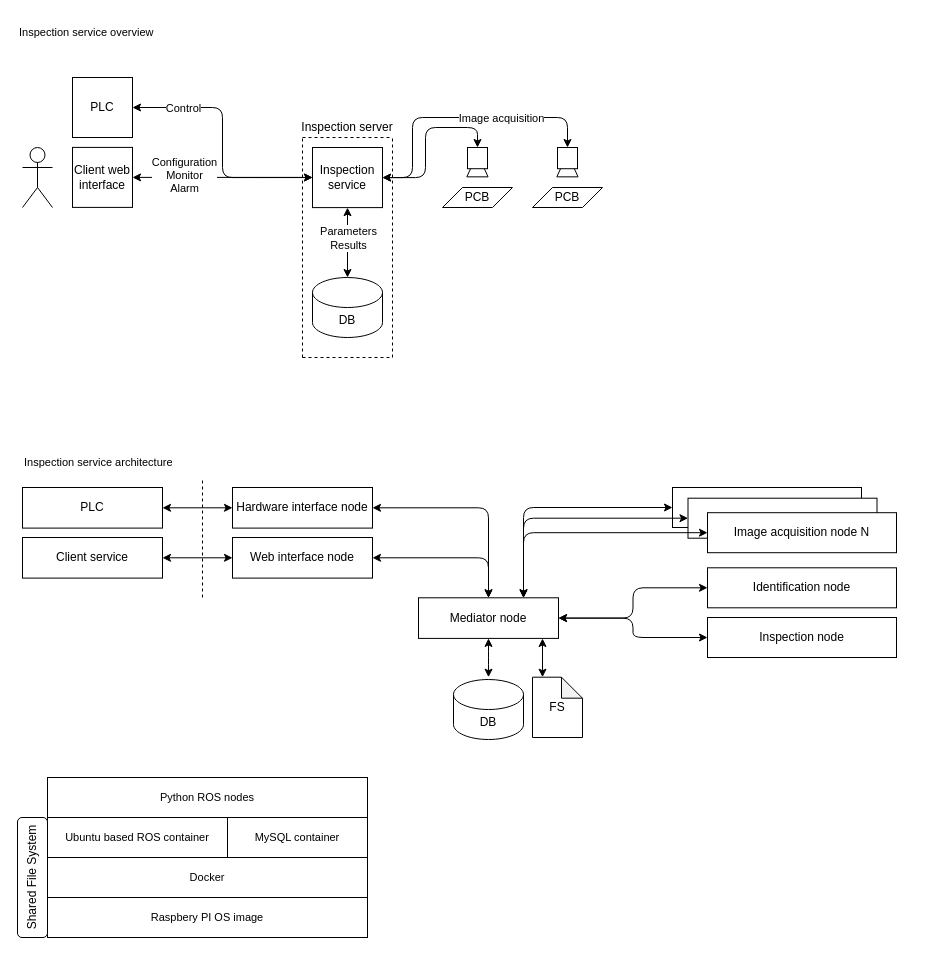
Earlier version of the draw.io diagram page "System architecture overview" (1 of 3) of design.drawio (ChrnyaevEK/open-aoi). Source tidied: cells renumbered, new cells numbered last; positions are measured from the earlier drawing's top-left corner, leaving out a move shared by most shapes. Both pictures are drawn from the tidied source at 100%, with x=0, y=0 at pixel (17, 17).
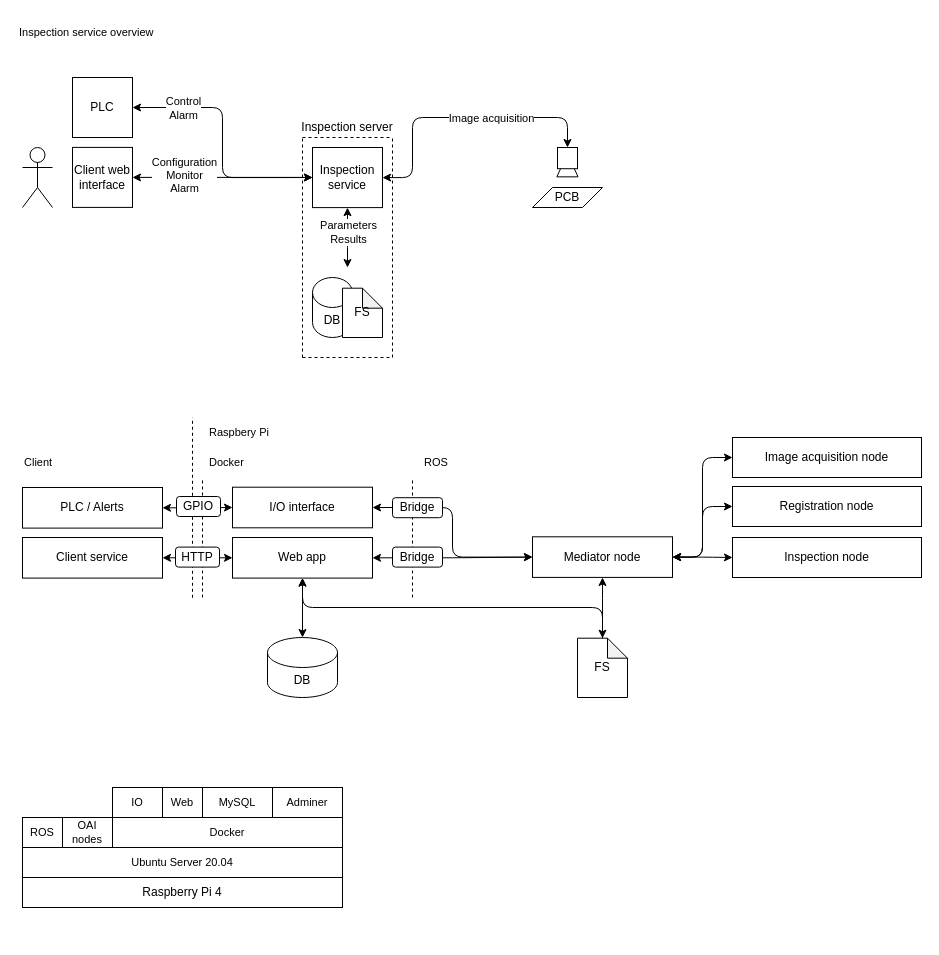
Above is the later version.

The change refers to these unchanged cells:
```xml
<mxCell id="7" style="edgeStyle=orthogonalEdgeStyle;jumpStyle=none;html=1;entryX=0.5;entryY=0;entryDx=0;entryDy=0;startArrow=classic;startFill=1;fillColor=default;" parent="1" edge="1" source="11" target="21">
  <mxGeometry relative="1" as="geometry">
    <Array as="points">
      <mxPoint x="395" y="160" />
      <mxPoint x="395" y="100" />
      <mxPoint x="550" y="100" />
    </Array>
  </mxGeometry>
</mxCell>
<mxCell id="11" value="Inspection service" style="rounded=0;whiteSpace=wrap;html=1;fillColor=default;" parent="1" vertex="1">
  <mxGeometry x="295" y="130" width="70" height="60.1" as="geometry" />
</mxCell>
<mxCell id="50" style="edgeStyle=orthogonalEdgeStyle;jumpStyle=none;html=1;entryX=0;entryY=0.5;entryDx=0;entryDy=0;fontSize=11;startArrow=classic;startFill=1;fillColor=default;" parent="1" edge="1" source="52" target="11">
  <mxGeometry relative="1" as="geometry" />
</mxCell>
```

The edit, as a diff of the source:
```diff
@@
+    <mxCell id="63" style="endArrow=none;dashed=1;html=1;fontSize=11;fillColor=default;jumpStyle=none;" parent="1" edge="1">
+      <mxGeometry relative="1" as="geometry">
+        <mxPoint x="175" y="580.3" as="sourcePoint" />
+        <mxPoint x="175" y="400" as="targetPoint" />
+      </mxGeometry>
+    </mxCell>
@@
-    <mxCell id="6" style="edgeStyle=orthogonalEdgeStyle;jumpStyle=none;html=1;entryX=0.5;entryY=0;entryDx=0;entryDy=0;startArrow=classic;startFill=1;fillColor=default;" parent="1" edge="1" source="11" target="16">
-      <mxGeometry relative="1" as="geometry">
-        <Array as="points">
-          <mxPoint x="408" y="160" />
-          <mxPoint x="408" y="110" />
-          <mxPoint x="460" y="110" />
-        </Array>
-      </mxGeometry>
-    </mxCell>
@@
     <mxCell id="8" value="Image acquisition" style="edgeLabel;html=1;align=center;verticalAlign=middle;fontSize=11;" parent="7" vertex="1">
       <mxGeometry x="-0.03" y="1" relative="1" as="geometry">
-        <mxPoint x="46" y="1" as="offset" />
+        <mxPoint x="36" y="1" as="offset" />
       </mxGeometry>
     </mxCell>
-    <mxCell id="9" style="edgeStyle=orthogonalEdgeStyle;jumpStyle=none;html=1;startArrow=classic;startFill=1;fillColor=default;" parent="1" edge="1" source="11" target="12">
-      <mxGeometry relative="1" as="geometry" />
+    <mxCell id="9" style="edgeStyle=orthogonalEdgeStyle;jumpStyle=none;html=1;startArrow=classic;startFill=1;fillColor=default;" parent="1" edge="1" source="11">
+      <mxGeometry relative="1" as="geometry">
+        <mxPoint x="330" y="250" as="targetPoint" />
+      </mxGeometry>
     </mxCell>
@@
     <mxCell id="12" value="DB" style="shape=cylinder3;whiteSpace=wrap;html=1;boundedLbl=1;backgroundOutline=1;size=15;" parent="1" vertex="1">
-      <mxGeometry x="295" y="260" width="70" height="60" as="geometry" />
+      <mxGeometry x="295" y="260" width="40" height="60" as="geometry" />
     </mxCell>
-    <mxCell id="13" style="group;" parent="1" vertex="1">
-      <mxGeometry x="425" y="130" width="70" height="60" as="geometry" />
-    </mxCell>
-    <mxCell id="14" style="group;" parent="13" vertex="1">
-      <mxGeometry x="25" width="20" height="30" as="geometry" />
-    </mxCell>
-    <mxCell id="15" style="triangle;whiteSpace=wrap;html=1;rotation=-90;" parent="14" vertex="1">
-      <mxGeometry x="-1.7" y="7.1" width="23.3" height="21.2" as="geometry" />
-    </mxCell>
-    <mxCell id="16" style="rounded=0;whiteSpace=wrap;html=1;" parent="14" vertex="1">
-      <mxGeometry width="20" height="21.2" as="geometry" />
-    </mxCell>
-    <mxCell id="17" value="PCB" style="shape=parallelogram;perimeter=parallelogramPerimeter;whiteSpace=wrap;html=1;fixedSize=1;" parent="13" vertex="1">
-      <mxGeometry y="40" width="70" height="20" as="geometry" />
-    </mxCell>
@@
-    <mxCell id="29" style="edgeStyle=orthogonalEdgeStyle;jumpStyle=none;html=1;fontSize=11;startArrow=classic;startFill=1;fillColor=default;" parent="1" edge="1" source="30">
-      <mxGeometry relative="1" as="geometry">
-        <mxPoint x="471" y="659.7" as="targetPoint" />
-      </mxGeometry>
-    </mxCell>
     <mxCell id="30" value="Mediator node" style="rounded=0;whiteSpace=wrap;html=1;fillColor=default;" parent="1" vertex="1">
-      <mxGeometry x="401" y="580.3" width="140" height="40.6" as="geometry" />
+      <mxGeometry x="515" y="519.3" width="140" height="40.6" as="geometry" />
     </mxCell>
     <mxCell id="31" value="Inspection node" style="rounded=0;whiteSpace=wrap;html=1;fillColor=default;" parent="1" vertex="1">
-      <mxGeometry x="690" y="600" width="189" height="40" as="geometry" />
+      <mxGeometry x="715" y="520" width="189" height="40" as="geometry" />
     </mxCell>
@@
+    <mxCell id="64" style="edgeStyle=orthogonalEdgeStyle;html=1;startArrow=classic;startFill=1;" parent="1" edge="1" source="36" target="37">
+      <mxGeometry relative="1" as="geometry" />
+    </mxCell>
-    <mxCell id="36" value="Web interface node" style="rounded=0;whiteSpace=wrap;html=1;fillColor=default;" parent="1" vertex="1">
+    <mxCell id="36" value="Web app" style="rounded=0;whiteSpace=wrap;html=1;fillColor=default;" parent="1" vertex="1">
       <mxGeometry x="215" y="520" width="140" height="40.6" as="geometry" />
     </mxCell>
-    <mxCell id="37" value="DB" style="shape=cylinder3;whiteSpace=wrap;html=1;boundedLbl=1;backgroundOutline=1;size=15;" parent="1" vertex="1">
-      <mxGeometry x="436" y="662" width="70" height="60" as="geometry" />
-    </mxCell>
-    <mxCell id="38" style="edgeStyle=orthogonalEdgeStyle;jumpStyle=none;html=1;fontSize=11;startArrow=classic;startFill=1;fillColor=default;" parent="1" edge="1" source="39" target="30">
+    <mxCell id="38" style="edgeStyle=orthogonalEdgeStyle;html=1;entryX=0;entryY=0.5;entryDx=0;entryDy=0;fontSize=8;startArrow=classic;startFill=1;" parent="1" edge="1" source="39" target="30">
       <mxGeometry relative="1" as="geometry" />
     </mxCell>
-    <mxCell id="39" value="Hardware interface node" style="rounded=0;whiteSpace=wrap;html=1;fillColor=default;" parent="1" vertex="1">
-      <mxGeometry x="215" y="470" width="140" height="40.6" as="geometry" />
+    <mxCell id="39" value="I/O interface" style="rounded=0;whiteSpace=wrap;html=1;fillColor=default;" parent="1" vertex="1">
+      <mxGeometry x="215" y="469.7" width="140" height="40.6" as="geometry" />
     </mxCell>
@@
-    <mxCell id="41" value="PLC" style="rounded=0;whiteSpace=wrap;html=1;fillColor=default;" parent="1" vertex="1">
+    <mxCell id="41" value="PLC / Alerts" style="rounded=0;whiteSpace=wrap;html=1;fillColor=default;" parent="1" vertex="1">
       <mxGeometry x="5" y="470" width="140" height="40.6" as="geometry" />
     </mxCell>
-    <mxCell id="42" style="edgeStyle=orthogonalEdgeStyle;jumpStyle=none;html=1;entryX=0.75;entryY=0;entryDx=0;entryDy=0;fontSize=11;startArrow=classic;startFill=1;fillColor=default;" parent="1" edge="1" source="43" target="30">
-      <mxGeometry relative="1" as="geometry" />
-    </mxCell>
-    <mxCell id="43" style="rounded=0;whiteSpace=wrap;html=1;fillColor=default;" parent="1" vertex="1">
-      <mxGeometry x="655" y="470" width="189" height="40" as="geometry" />
-    </mxCell>
-    <mxCell id="44" style="edgeStyle=orthogonalEdgeStyle;jumpStyle=none;html=1;entryX=0.75;entryY=0;entryDx=0;entryDy=0;fontSize=11;startArrow=classic;startFill=1;fillColor=default;" parent="1" edge="1" source="45" target="30">
-      <mxGeometry relative="1" as="geometry" />
-    </mxCell>
-    <mxCell id="45" style="rounded=0;whiteSpace=wrap;html=1;fillColor=default;" parent="1" vertex="1">
-      <mxGeometry x="670.5" y="480.7" width="189" height="40" as="geometry" />
-    </mxCell>
-    <mxCell id="46" style="edgeStyle=orthogonalEdgeStyle;jumpStyle=none;html=1;entryX=0.75;entryY=0;entryDx=0;entryDy=0;fontSize=11;startArrow=classic;startFill=1;fillColor=default;" parent="1" edge="1" source="47" target="30">
+    <mxCell id="46" style="edgeStyle=orthogonalEdgeStyle;jumpStyle=none;html=1;entryX=1;entryY=0.5;entryDx=0;entryDy=0;fontSize=11;startArrow=classic;startFill=1;fillColor=default;" parent="1" edge="1" source="47" target="30">
       <mxGeometry relative="1" as="geometry" />
     </mxCell>
-    <mxCell id="47" value="Image acquisition node N" style="rounded=0;whiteSpace=wrap;html=1;fillColor=default;" parent="1" vertex="1">
-      <mxGeometry x="690" y="495.2" width="189" height="40" as="geometry" />
+    <mxCell id="47" value="Image acquisition node" style="rounded=0;whiteSpace=wrap;html=1;fillColor=default;" parent="1" vertex="1">
+      <mxGeometry x="715" y="420" width="189" height="40" as="geometry" />
     </mxCell>
@@
-    <mxCell id="49" value="Identification node" style="rounded=0;whiteSpace=wrap;html=1;fillColor=default;" parent="1" vertex="1">
-      <mxGeometry x="690" y="550.3" width="189" height="40" as="geometry" />
+    <mxCell id="49" value="Registration node" style="rounded=0;whiteSpace=wrap;html=1;fillColor=default;" parent="1" vertex="1">
+      <mxGeometry x="715" y="469" width="189" height="40" as="geometry" />
     </mxCell>
@@
-    <mxCell id="51" value="Control" style="edgeLabel;html=1;align=center;verticalAlign=middle;fontSize=11;" parent="50" vertex="1">
+    <mxCell id="51" value="Control&lt;br&gt;Alarm" style="edgeLabel;html=1;align=center;verticalAlign=middle;fontSize=11;" parent="50" vertex="1">
       <mxGeometry x="-0.69" relative="1" as="geometry">
         <mxPoint x="11" as="offset" />
       </mxGeometry>
     </mxCell>
@@
-    <mxCell id="53" value="Inspection service architecture" style="text;html=1;strokeColor=none;fillColor=none;align=left;verticalAlign=middle;whiteSpace=wrap;rounded=0;fontSize=11;" parent="1" vertex="1">
+    <mxCell id="53" value="Client" style="text;html=1;strokeColor=none;fillColor=none;align=left;verticalAlign=middle;whiteSpace=wrap;rounded=0;fontSize=11;" parent="1" vertex="1">
       <mxGeometry x="5" y="430" width="170" height="30" as="geometry" />
     </mxCell>
@@
-    <mxCell id="55" value="Ubuntu based ROS container" style="rounded=0;whiteSpace=wrap;html=1;fontSize=11;fillColor=default;" parent="1" vertex="1">
-      <mxGeometry x="30" y="800" width="180" height="40" as="geometry" />
-    </mxCell>
     <mxCell id="56" value="Docker" style="rounded=0;whiteSpace=wrap;html=1;fontSize=11;fillColor=default;" parent="1" vertex="1">
-      <mxGeometry x="30" y="840" width="320" height="40" as="geometry" />
+      <mxGeometry x="95" y="800" width="230" height="30" as="geometry" />
     </mxCell>
-    <mxCell id="57" value="Raspbery PI OS image" style="rounded=0;whiteSpace=wrap;html=1;fontSize=11;fillColor=default;" parent="1" vertex="1">
-      <mxGeometry x="30" y="880" width="320" height="40" as="geometry" />
+    <mxCell id="57" value="&lt;span style=&quot;font-size: 11px;&quot;&gt;Ubuntu Server 20.04&lt;/span&gt;" style="rounded=0;whiteSpace=wrap;html=1;fontSize=11;fillColor=default;" parent="1" vertex="1">
+      <mxGeometry x="5" y="830" width="320" height="30" as="geometry" />
     </mxCell>
-    <mxCell id="58" value="MySQL container" style="rounded=0;whiteSpace=wrap;html=1;fontSize=11;fillColor=default;" parent="1" vertex="1">
-      <mxGeometry x="210" y="800" width="140" height="40" as="geometry" />
+    <mxCell id="58" value="MySQL" style="rounded=0;whiteSpace=wrap;html=1;fontSize=11;fillColor=default;" parent="1" vertex="1">
+      <mxGeometry x="185" y="770" width="70" height="30" as="geometry" />
     </mxCell>
-    <mxCell id="59" value="Python ROS nodes" style="rounded=0;whiteSpace=wrap;html=1;fontSize=11;fillColor=default;" parent="1" vertex="1">
-      <mxGeometry x="30" y="760" width="320" height="40" as="geometry" />
+    <mxCell id="59" value="ROS" style="rounded=0;whiteSpace=wrap;html=1;fontSize=11;fillColor=default;" parent="1" vertex="1">
+      <mxGeometry x="5" y="800" width="40" height="30" as="geometry" />
     </mxCell>
+    <mxCell id="65" style="edgeStyle=orthogonalEdgeStyle;html=1;entryX=0.75;entryY=1;entryDx=0;entryDy=0;startArrow=classic;startFill=1;" parent="1" edge="1" source="60">
+      <mxGeometry relative="1" as="geometry">
+        <mxPoint x="585" y="560" as="targetPoint" />
+      </mxGeometry>
+    </mxCell>
+    <mxCell id="66" style="edgeStyle=orthogonalEdgeStyle;html=1;entryX=0.5;entryY=1;entryDx=0;entryDy=0;" parent="1" edge="1" source="60" target="36">
+      <mxGeometry relative="1" as="geometry">
+        <Array as="points">
+          <mxPoint x="585" y="590" />
+          <mxPoint x="285" y="590" />
+        </Array>
+      </mxGeometry>
+    </mxCell>
-    <mxCell id="60" value="FS" style="shape=note;whiteSpace=wrap;html=1;backgroundOutline=1;darkOpacity=0.05;size=21;" parent="1" vertex="1">
-      <mxGeometry x="515" y="659.7" width="50" height="60.3" as="geometry" />
+    <mxCell id="60" value="FS" style="shape=note;whiteSpace=wrap;html=1;backgroundOutline=1;darkOpacity=0.05;size=20;" parent="1" vertex="1">
+      <mxGeometry x="560" y="620.7" width="50" height="59.3" as="geometry" />
     </mxCell>
-    <mxCell id="61" style="edgeStyle=orthogonalEdgeStyle;jumpStyle=none;html=1;fontSize=11;startArrow=classic;startFill=1;fillColor=default;" parent="1" edge="1">
-      <mxGeometry relative="1" as="geometry">
-        <mxPoint x="525" y="621" as="sourcePoint" />
-        <mxPoint x="525" y="659.7" as="targetPoint" />
-      </mxGeometry>
-    </mxCell>
-    <mxCell id="62" value="Shared File System" style="rounded=1;whiteSpace=wrap;html=1;horizontal=0;" parent="1" vertex="1">
-      <mxGeometry y="800" width="30" height="120" as="geometry" />
-    </mxCell>
+    <mxCell id="67" style="endArrow=none;dashed=1;html=1;fontSize=11;fillColor=default;jumpStyle=none;" parent="1" edge="1">
+      <mxGeometry relative="1" as="geometry">
+        <mxPoint x="395" y="580" as="sourcePoint" />
+        <mxPoint x="395" y="460" as="targetPoint" />
+      </mxGeometry>
+    </mxCell>
+    <mxCell id="68" value="Docker" style="text;html=1;strokeColor=none;fillColor=none;align=left;verticalAlign=middle;whiteSpace=wrap;rounded=0;fontSize=11;" parent="1" vertex="1">
+      <mxGeometry x="190" y="430" width="170" height="30" as="geometry" />
+    </mxCell>
+    <mxCell id="69" value="ROS" style="text;html=1;strokeColor=none;fillColor=none;align=left;verticalAlign=middle;whiteSpace=wrap;rounded=0;fontSize=11;" parent="1" vertex="1">
+      <mxGeometry x="405" y="430" width="170" height="30" as="geometry" />
+    </mxCell>
+    <mxCell id="70" value="Bridge" style="rounded=1;whiteSpace=wrap;html=1;" parent="1" vertex="1">
+      <mxGeometry x="375" y="529.6" width="50" height="20" as="geometry" />
+    </mxCell>
+    <mxCell id="37" value="DB" style="shape=cylinder3;whiteSpace=wrap;html=1;boundedLbl=1;backgroundOutline=1;size=15;" parent="1" vertex="1">
+      <mxGeometry x="250" y="620" width="70" height="60" as="geometry" />
+    </mxCell>
+    <mxCell id="71" value="OAI&lt;br&gt;nodes" style="rounded=0;whiteSpace=wrap;html=1;fontSize=11;fillColor=default;" parent="1" vertex="1">
+      <mxGeometry x="45" y="800" width="50" height="30" as="geometry" />
+    </mxCell>
+    <mxCell id="72" value="IO" style="rounded=0;whiteSpace=wrap;html=1;fontSize=11;fillColor=default;" parent="1" vertex="1">
+      <mxGeometry x="95" y="770" width="50" height="30" as="geometry" />
+    </mxCell>
+    <mxCell id="73" value="Web" style="rounded=0;whiteSpace=wrap;html=1;fontSize=11;fillColor=default;" parent="1" vertex="1">
+      <mxGeometry x="145" y="770" width="40" height="30" as="geometry" />
+    </mxCell>
+    <mxCell id="74" value="GPIO" style="rounded=1;whiteSpace=wrap;html=1;" parent="1" vertex="1">
+      <mxGeometry x="159" y="479" width="44" height="20" as="geometry" />
+    </mxCell>
+    <mxCell id="75" value="HTTP" style="rounded=1;whiteSpace=wrap;html=1;" parent="1" vertex="1">
+      <mxGeometry x="158" y="529.6" width="44" height="20" as="geometry" />
+    </mxCell>
+    <mxCell id="76" value="Raspberry Pi 4" style="rounded=0;whiteSpace=wrap;html=1;" parent="1" vertex="1">
+      <mxGeometry x="5" y="860" width="320" height="30" as="geometry" />
+    </mxCell>
+    <mxCell id="77" value="Adminer" style="rounded=0;whiteSpace=wrap;html=1;fontSize=11;fillColor=default;" parent="1" vertex="1">
+      <mxGeometry x="255" y="770" width="70" height="30" as="geometry" />
+    </mxCell>
+    <mxCell id="78" value="Bridge" style="rounded=1;whiteSpace=wrap;html=1;" parent="1" vertex="1">
+      <mxGeometry x="375" y="480.2" width="50" height="20" as="geometry" />
+    </mxCell>
+    <mxCell id="79" value="Raspbery Pi" style="text;html=1;strokeColor=none;fillColor=none;align=left;verticalAlign=middle;whiteSpace=wrap;rounded=0;fontSize=11;" parent="1" vertex="1">
+      <mxGeometry x="190" y="400" width="170" height="30" as="geometry" />
+    </mxCell>
+    <mxCell id="80" value="FS" style="shape=note;whiteSpace=wrap;html=1;backgroundOutline=1;darkOpacity=0.05;size=20;" parent="1" vertex="1">
+      <mxGeometry x="325" y="270.7" width="40" height="49.3" as="geometry" />
+    </mxCell>
```
